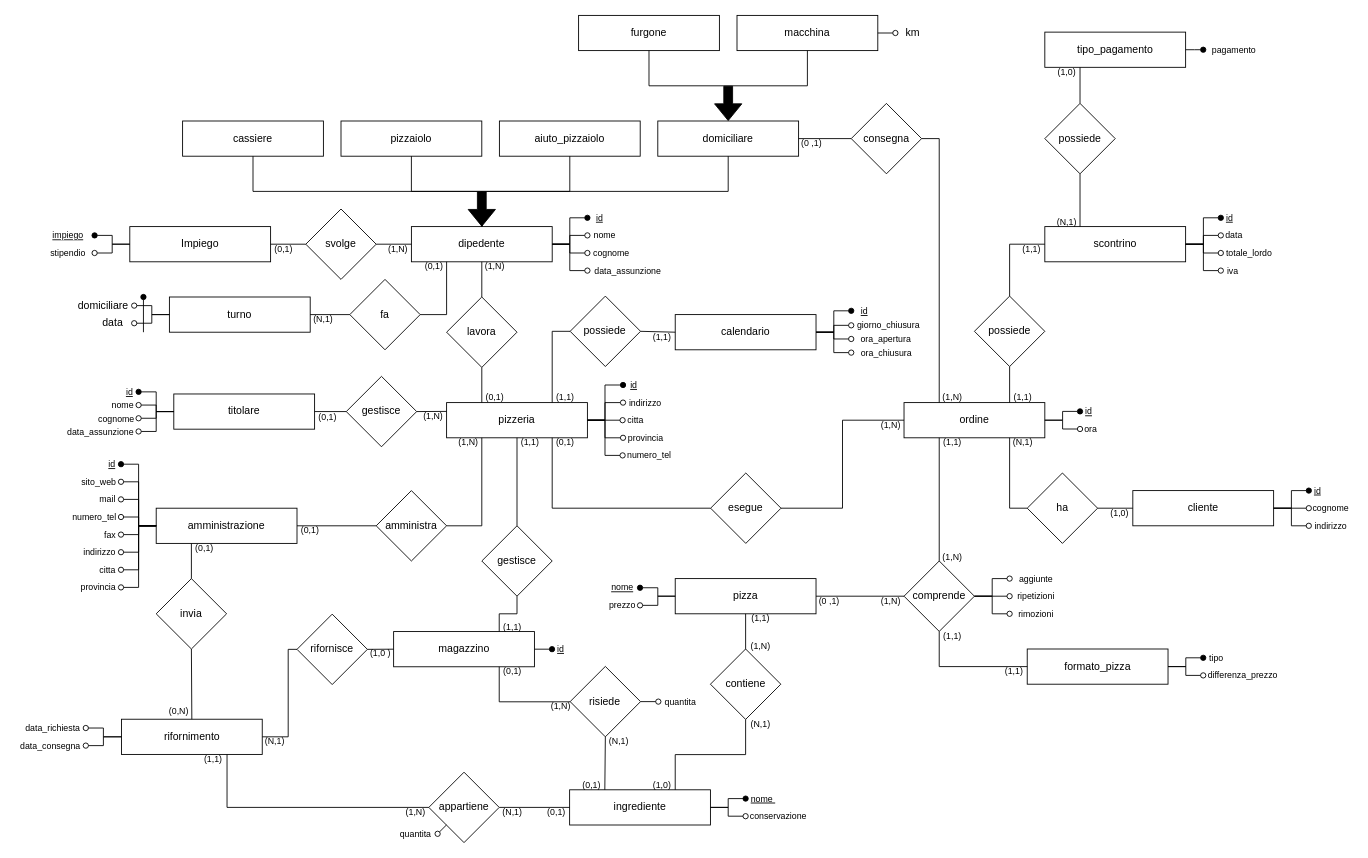
This is Draw/PaduPizzaER.drawio from NicholasPilotto/PaduPizza, a draw.io file, before an edit. Source tidied: cells renumbered, new cells numbered last; positions are measured from the earlier drawing's top-left corner, leaving out a move shared by most shapes. Both pictures are drawn from the tidied source at 88%, with x=0, y=0 at pixel (15, 15).
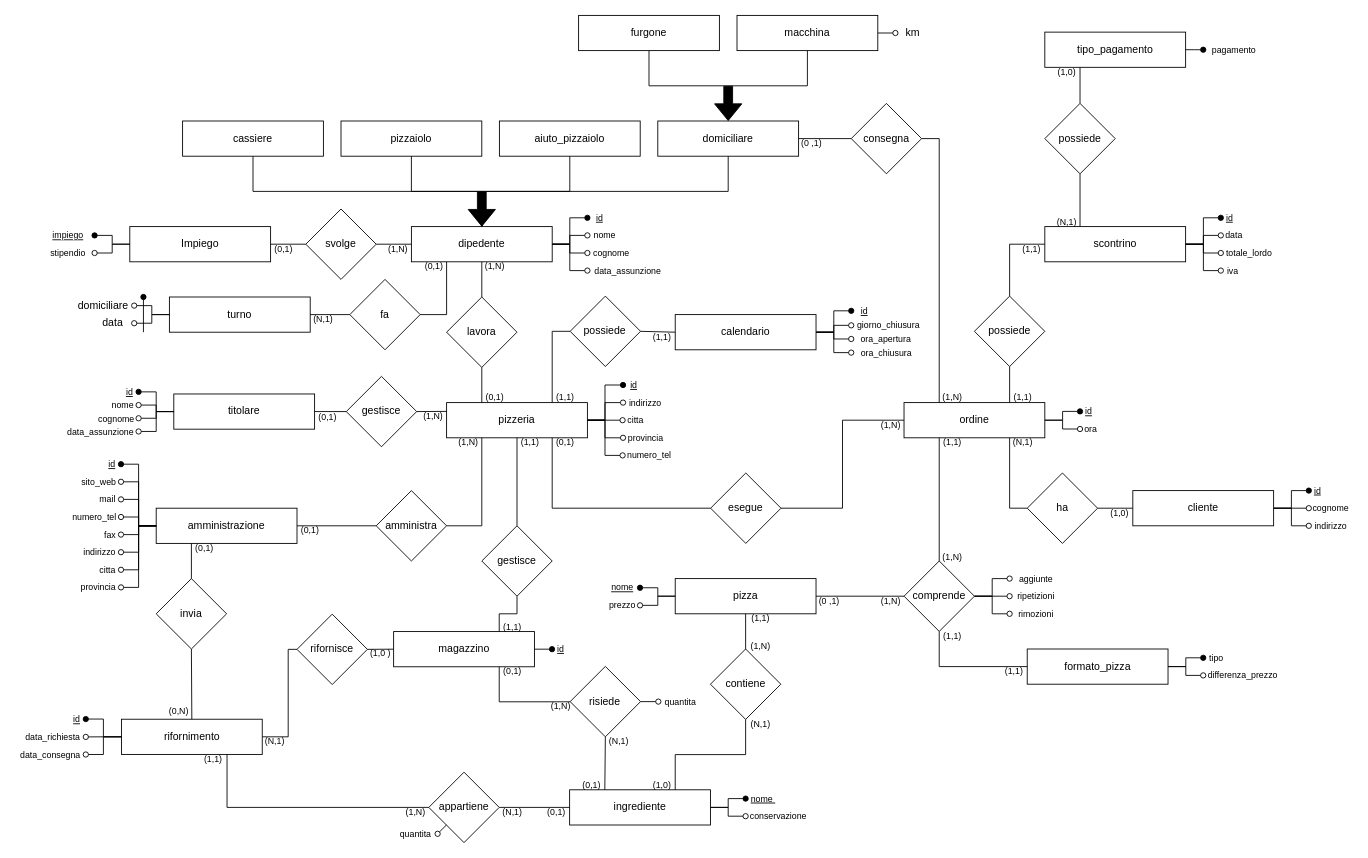
The same page after the edit.

The change refers to these unchanged cells:
```xml
<mxCell id="42" value="rifornimento" style="whiteSpace=wrap;html=1;align=center;comic=0;noLabel=0;portConstraintRotation=0;rounded=0;glass=0;sketch=0;shadow=0;" parent="1" vertex="1">
  <mxGeometry x="120.5" y="799.8" width="160" height="40" as="geometry" />
</mxCell>
```

Diff of the diagram source:
```diff
@@
     <mxCell id="150" value="&amp;nbsp; data_richiesta" style="text;html=1;strokeColor=none;fillColor=none;align=center;verticalAlign=middle;whiteSpace=wrap;rounded=0;fontSize=10;" parent="1" vertex="1">
-      <mxGeometry y="804.8" width="80" height="10" as="geometry" />
+      <mxGeometry y="814.9" width="80" height="10" as="geometry" />
     </mxCell>
@@
     <mxCell id="152" value="data_consegna" style="text;html=1;strokeColor=none;fillColor=none;align=center;verticalAlign=middle;whiteSpace=wrap;rounded=0;fontSize=10;" parent="1" vertex="1">
-      <mxGeometry y="824.8" width="80" height="10" as="geometry" />
+      <mxGeometry y="834.9" width="80" height="10" as="geometry" />
     </mxCell>
@@
+    <mxCell id="241" value="&lt;u style=&quot;font-size: 10px;&quot;&gt;id&lt;/u&gt;" style="text;html=1;strokeColor=none;fillColor=none;align=center;verticalAlign=middle;whiteSpace=wrap;rounded=0;fontSize=10;" parent="1" vertex="1">
+      <mxGeometry x="60" y="794.6" width="20" height="10" as="geometry" />
+    </mxCell>
+    <mxCell id="242" style="endArrow=none;html=1;fillColor=#000000;entryX=0;entryY=0.5;entryDx=0;entryDy=0;exitX=1;exitY=0.5;exitDx=0;exitDy=0;startArrow=oval;startFill=1;edgeStyle=elbowEdgeStyle;rounded=0;" parent="1" edge="1" source="241" target="42">
+      <mxGeometry relative="1" as="geometry" />
+    </mxCell>
```
